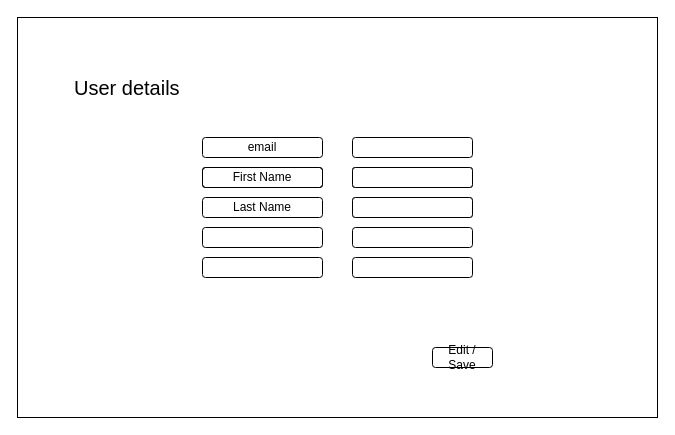
Before: UserProfile_page.drawio in malshan1998/draw.io, a draw.io diagram. Source tidied: cells renumbered, new cells numbered last; positions are measured from the earlier drawing's top-left corner, leaving out a move shared by most shapes. Both pictures are drawn from the tidied source at 100%, with x=0, y=0 at pixel (17, 17).
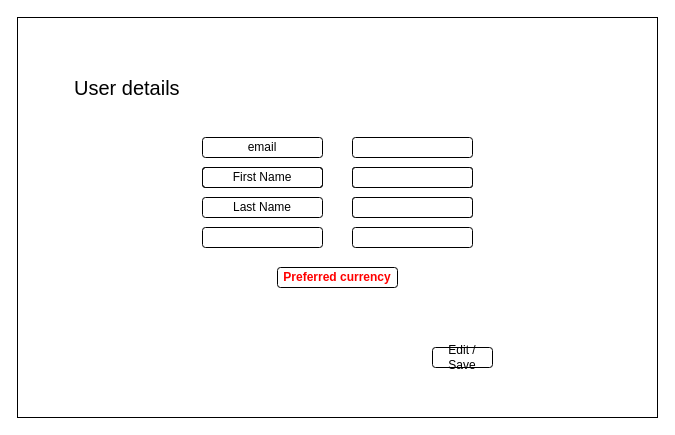
After the change.

Change to the diagram source:
```diff
@@
 <mxGraphModel>
   <root>
     <mxCell id="0" />
     <mxCell id="1" parent="0" />
     <mxCell id="2" style="rounded=0;whiteSpace=wrap;html=1;fillColor=none;" parent="1" vertex="1">
       <mxGeometry width="640" height="400" as="geometry" />
     </mxCell>
     <mxCell id="3" style="rounded=1;whiteSpace=wrap;html=1;" parent="1" vertex="1">
       <mxGeometry x="335" y="120" width="120" height="20" as="geometry" />
     </mxCell>
     <mxCell id="4" style="rounded=1;whiteSpace=wrap;html=1;align=left;" parent="1" vertex="1">
       <mxGeometry x="335" y="150" width="120" height="20" as="geometry" />
     </mxCell>
     <mxCell id="5" style="rounded=1;whiteSpace=wrap;html=1;align=left;" parent="1" vertex="1">
       <mxGeometry x="335" y="180" width="120" height="20" as="geometry" />
     </mxCell>
     <mxCell id="6" value="User details" style="rounded=0;whiteSpace=wrap;html=1;fillColor=none;strokeColor=none;fontSize=20;align=left;" parent="1" vertex="1">
       <mxGeometry x="55" y="40" width="190" height="60" as="geometry" />
     </mxCell>
     <mxCell id="7" style="rounded=1;whiteSpace=wrap;html=1;fillColor=none;" parent="1" vertex="1">
       <mxGeometry x="185" y="150" width="120" height="20" as="geometry" />
     </mxCell>
     <mxCell id="8" value="Last Name" style="rounded=1;whiteSpace=wrap;html=1;fillColor=none;" parent="1" vertex="1">
       <mxGeometry x="185" y="180" width="120" height="20" as="geometry" />
     </mxCell>
     <mxCell id="9" value="email" style="rounded=1;whiteSpace=wrap;html=1;fillColor=none;" parent="1" vertex="1">
       <mxGeometry x="185" y="120" width="120" height="20" as="geometry" />
     </mxCell>
     <mxCell id="10" value="First Name" style="rounded=1;whiteSpace=wrap;html=1;fillColor=none;" parent="1" vertex="1">
       <mxGeometry x="185" y="150" width="120" height="20" as="geometry" />
     </mxCell>
     <mxCell id="11" style="rounded=1;whiteSpace=wrap;html=1;align=left;" parent="1" vertex="1">
       <mxGeometry x="335" y="150" width="120" height="20" as="geometry" />
     </mxCell>
     <mxCell id="12" style="rounded=1;whiteSpace=wrap;html=1;align=left;" parent="1" vertex="1">
       <mxGeometry x="335" y="180" width="120" height="20" as="geometry" />
     </mxCell>
     <mxCell id="13" style="rounded=1;whiteSpace=wrap;html=1;align=left;" parent="1" vertex="1">
       <mxGeometry x="335" y="150" width="120" height="20" as="geometry" />
     </mxCell>
-    <mxCell id="14" style="rounded=1;whiteSpace=wrap;html=1;fillColor=none;" parent="1" vertex="1">
-      <mxGeometry x="185" y="240" width="120" height="20" as="geometry" />
-    </mxCell>
     <mxCell id="15" style="rounded=1;whiteSpace=wrap;html=1;fillColor=none;" parent="1" vertex="1">
       <mxGeometry x="185" y="210" width="120" height="20" as="geometry" />
     </mxCell>
-    <mxCell id="16" style="rounded=1;whiteSpace=wrap;html=1;align=left;" parent="1" vertex="1">
-      <mxGeometry x="335" y="240" width="120" height="20" as="geometry" />
-    </mxCell>
     <mxCell id="17" style="rounded=1;whiteSpace=wrap;html=1;align=left;" parent="1" vertex="1">
       <mxGeometry x="335" y="210" width="120" height="20" as="geometry" />
     </mxCell>
     <mxCell id="18" value="Edit / Save" style="rounded=1;whiteSpace=wrap;html=1;fillColor=none;" parent="1" vertex="1">
       <mxGeometry x="415" y="330" width="60" height="20" as="geometry" />
     </mxCell>
+    <mxCell id="19" value="&lt;div&gt;Preferred currency&lt;/div&gt;" style="rounded=1;whiteSpace=wrap;html=1;fontStyle=1;fontColor=#ff0000;" parent="1" vertex="1">
+      <mxGeometry x="260" y="250" width="120" height="20" as="geometry" />
+    </mxCell>
   </root>
 </mxGraphModel>
```
